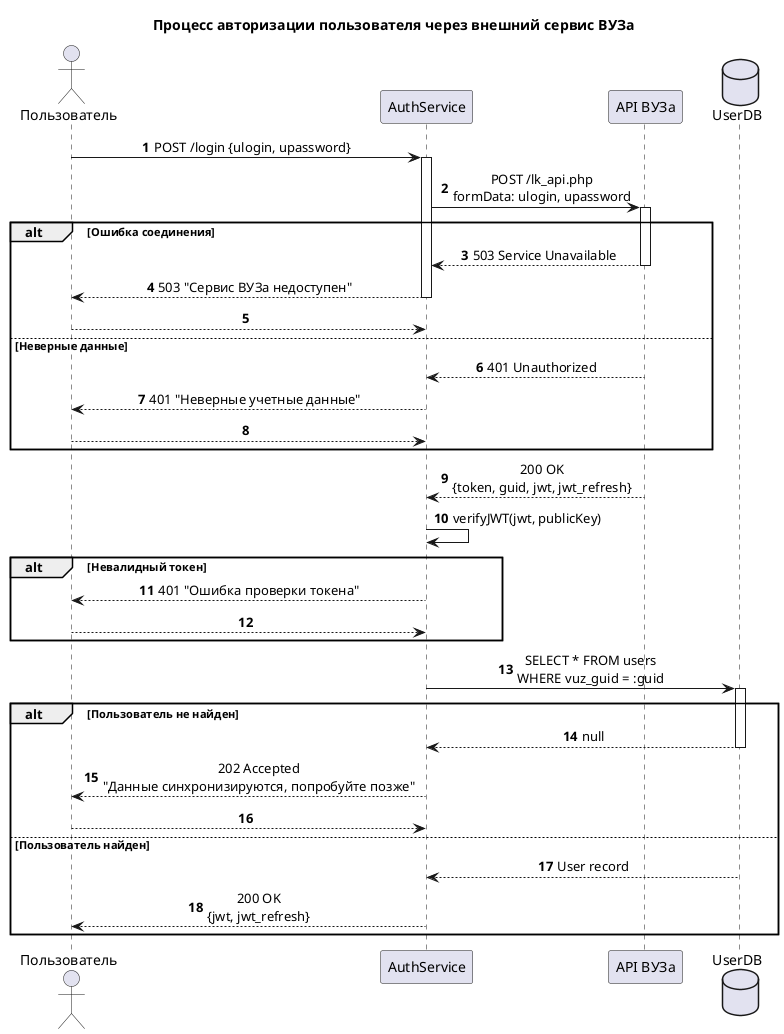
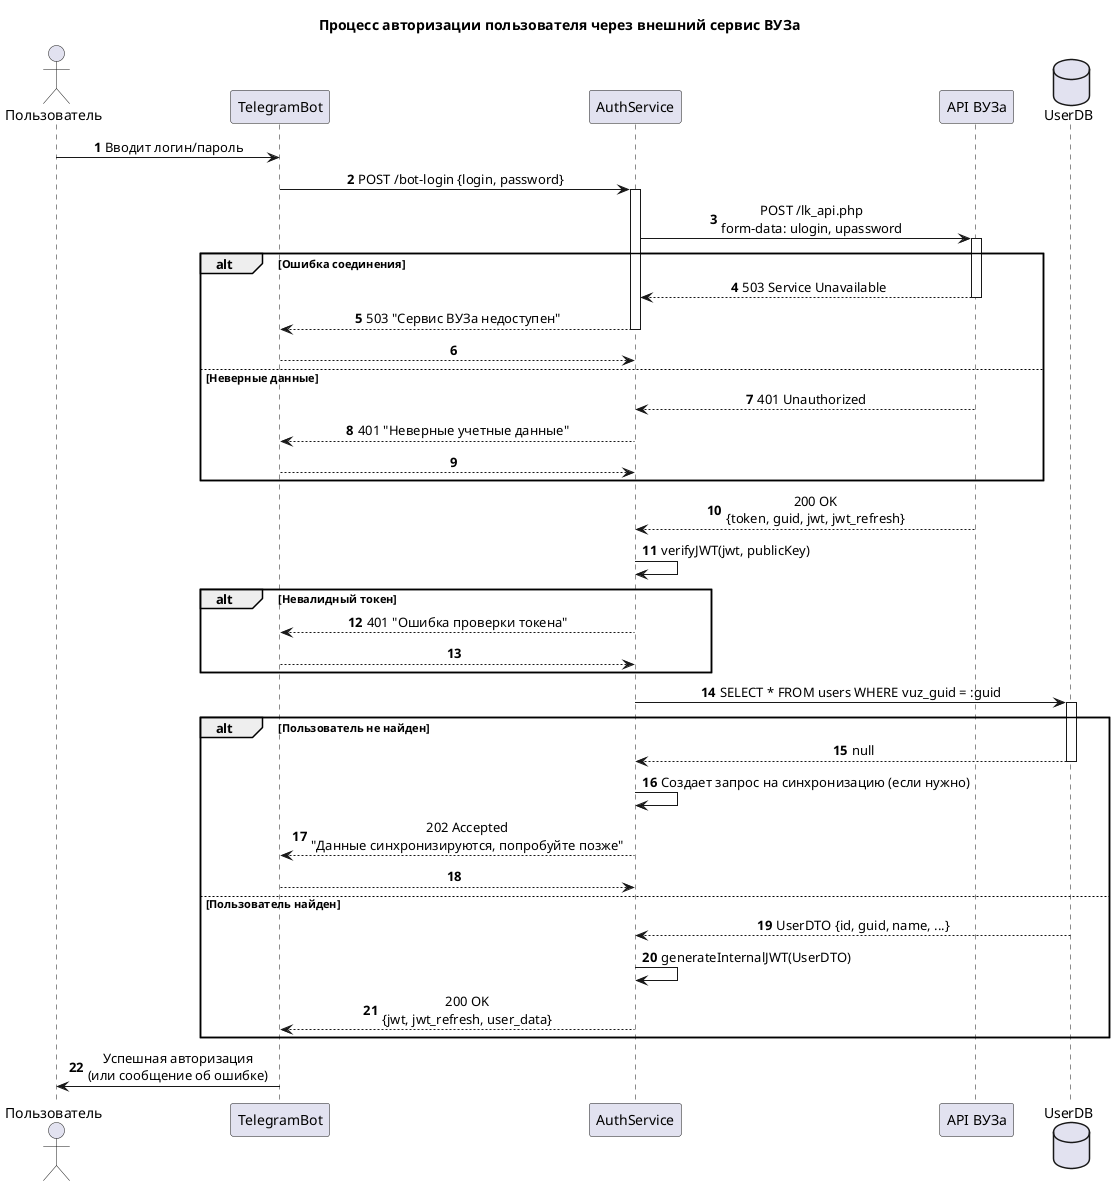
@startuml
title Процесс авторизации пользователя через внешний сервис ВУЗа
skinparam sequenceMessageAlign center
skinparam ParticipantPadding 20
skinparam BoxPadding 10

actor Пользователь as user
+ participant "TelegramBot" as bot
participant "AuthService" as auth
participant "API ВУЗа" as vuz
database "UserDB" as db

autonumber

- user -> auth ++ : POST /login {ulogin, upassword}
+ user -> bot : Вводит логин/пароль
+ bot -> auth ++ : POST /bot-login {login, password}

- auth -> vuz ++ : POST /lk_api.php\nformData: ulogin, upassword
+ auth -> vuz ++ : POST /lk_api.php\nform-data: ulogin, upassword

alt Ошибка соединения
    vuz --> auth -- : 503 Service Unavailable
-     auth --> user -- : 503 "Сервис ВУЗа недоступен"
+     auth --> bot -- : 503 "Сервис ВУЗа недоступен"
    deactivate auth
    deactivate vuz
    return
else Неверные данные
    vuz --> auth -- : 401 Unauthorized
-     auth --> user -- : 401 "Неверные учетные данные"
+     auth --> bot -- : 401 "Неверные учетные данные"
    deactivate auth
    deactivate vuz
    return
end

vuz --> auth -- : 200 OK\n{token, guid, jwt, jwt_refresh}
deactivate vuz

auth -> auth : verifyJWT(jwt, publicKey)

alt Невалидный токен
-     auth --> user -- : 401 "Ошибка проверки токена"
+     auth --> bot -- : 401 "Ошибка проверки токена"
    deactivate auth
    return
end

- auth -> db ++ : SELECT * FROM users\nWHERE vuz_guid = :guid
+ auth -> db ++ : SELECT * FROM users WHERE vuz_guid = :guid

alt Пользователь не найден
    db --> auth : null
    deactivate db

-     auth --> user -- : 202 Accepted\n"Данные синхронизируются, попробуйте позже"
+     auth -> auth : Создает запрос на синхронизацию (если нужно)
+     auth --> bot -- : 202 Accepted\n"Данные синхронизируются, попробуйте позже"
    deactivate auth
    return
else Пользователь найден
-     db --> auth : User record
+     db --> auth : UserDTO {id, guid, name, ...}
    deactivate db

-     auth --> user -- : 200 OK\n{jwt, jwt_refresh}
+     auth -> auth : generateInternalJWT(UserDTO)
+     auth --> bot -- : 200 OK\n{jwt, jwt_refresh, user_data}
    deactivate auth
end

+ bot -> user : Успешная авторизация\n(или сообщение об ошибке)
+ 
@enduml